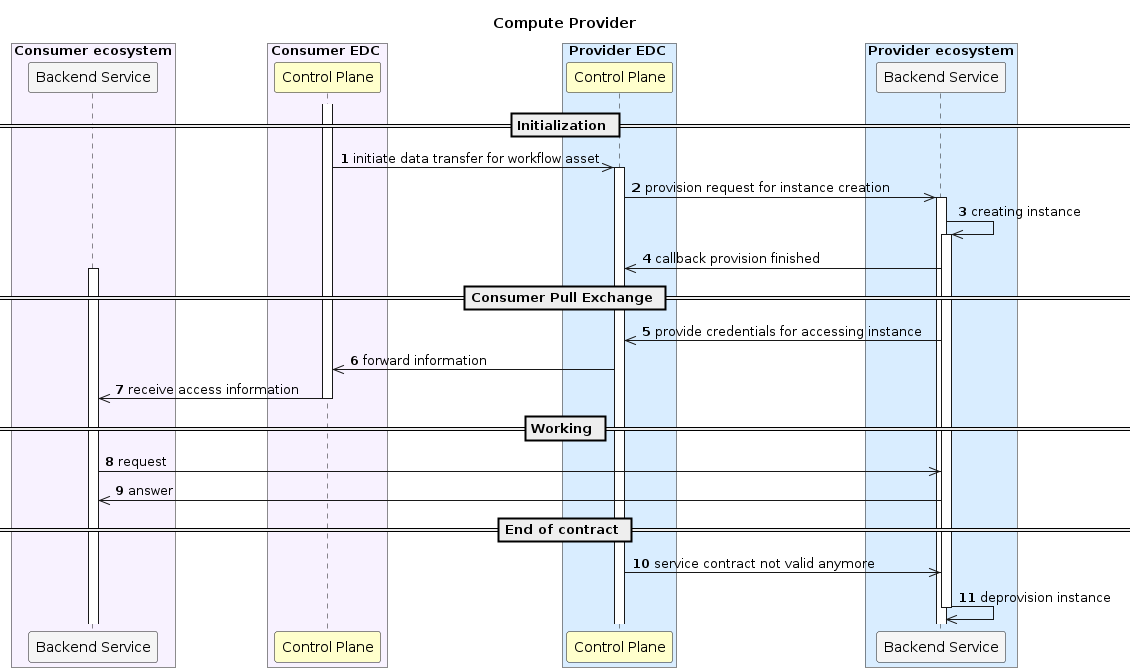
Above: docs/service-provisioning.png in reisman234/workflow-middlelayer (PlantUML), before the change. Source of this version:
```plantuml
@startuml service-provisioning
skinParam NoteBackgroundColor WhiteSmoke
skinParam NoteFontColor Black
skinParam ParticipantBackgroundColor WhiteSmoke
skinParam ActorBackgroundColor WhiteSmoke
skinParam AgentBackgroundColor White
skinParam AgentBorderColor SkyBlue
skinparam shadowing false
skinparam BoxPadding 10

!define ConsumerColor f8f2ff
!define ProviderColor d9edff
!define WarningColor Business
!define LeadColor Technology

autonumber

box "Consumer ecosystem" #ConsumerColor
    participant CBE as "Backend Service"
end box

box Consumer EDC #ConsumerColor
    participant CCP as "Control Plane" #Business
end box

box Provider EDC #ProviderColor
    participant PCP as "Control Plane" #Business
end box

box "Provider ecosystem" #ProviderColor
    participant PBE as "Backend Service"
end box

title
 **Compute Provider**
end title
autonumber 1
== Initialization ==

activate CCP
CCP ->> PCP : initiate data transfer for workflow asset
activate PCP
PCP ->> PBE : provision request for instance creation
activate PBE
PBE->>PBE: creating instance
activate PBE
PBE ->> PCP: callback provision finished
activate CBE
== Consumer Pull Exchange ==
PBE->>PCP: provide credentials for accessing instance
PCP->>CCP: forward information

CCP->>CBE: receive access information
deactivate CCP

== Working ==

CBE->>PBE: request
PBE->>CBE: answer

== End of contract ==
PCP->>PBE: service contract not valid anymore
PBE->>PBE: deprovision instance
deactivate PBE


@enduml
```
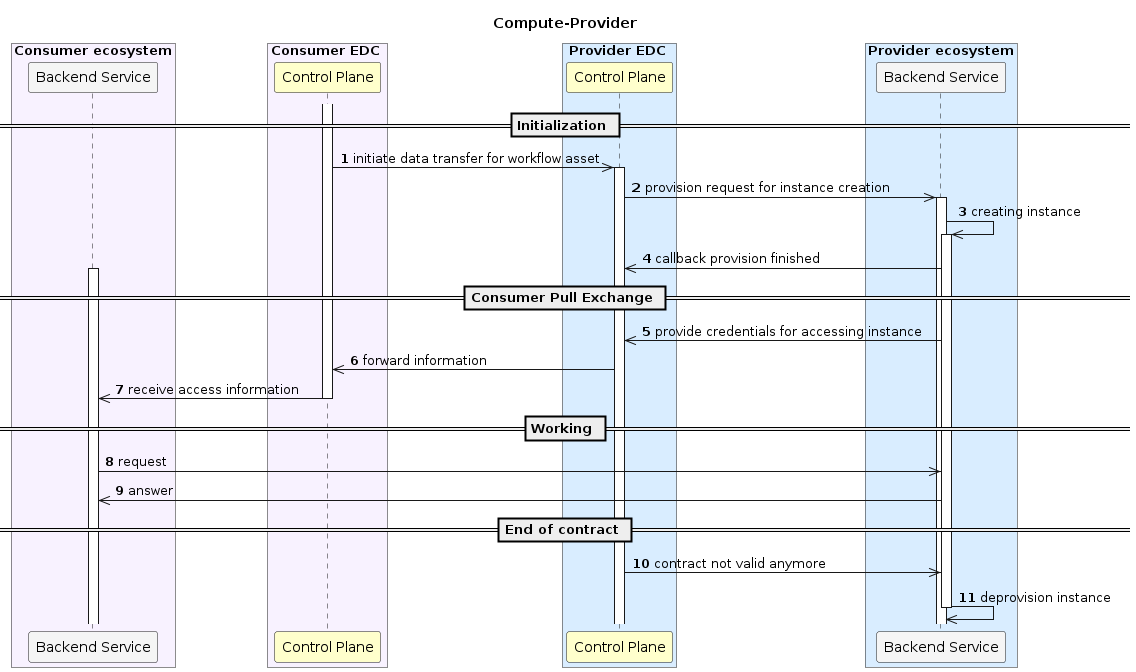
Above is the later version.

Commit message:
docs: sync to compute-provider

What changed in the source:
```diff
@@ -32,7 +32,7 @@
 end box
 
 title
- **Compute Provider**
+ **Compute-Provider**
 end title
 autonumber 1
 == Initialization ==
@@ -59,7 +59,7 @@
 PBE->>CBE: answer
 
 == End of contract ==
-PCP->>PBE: service contract not valid anymore
+PCP->>PBE: contract not valid anymore
 PBE->>PBE: deprovision instance
 deactivate PBE
 
```
